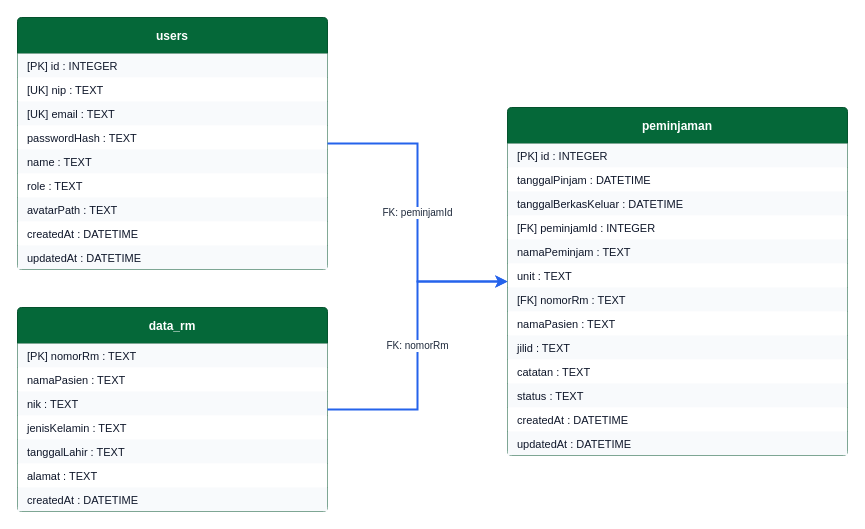
ghozahimma65/peminjaman-rm keeps this draw.io diagram as docs/dokumentasi-project/assets/diagram-final/ERD/detail/ERD_Peminjaman.drawio. Above is the earlier version. Source tidied: cells renumbered, new cells numbered last; positions are measured from the earlier drawing's top-left corner, leaving out a move shared by most shapes. Both pictures are drawn from the tidied source at 100%, with x=0, y=0 at pixel (17, 17).
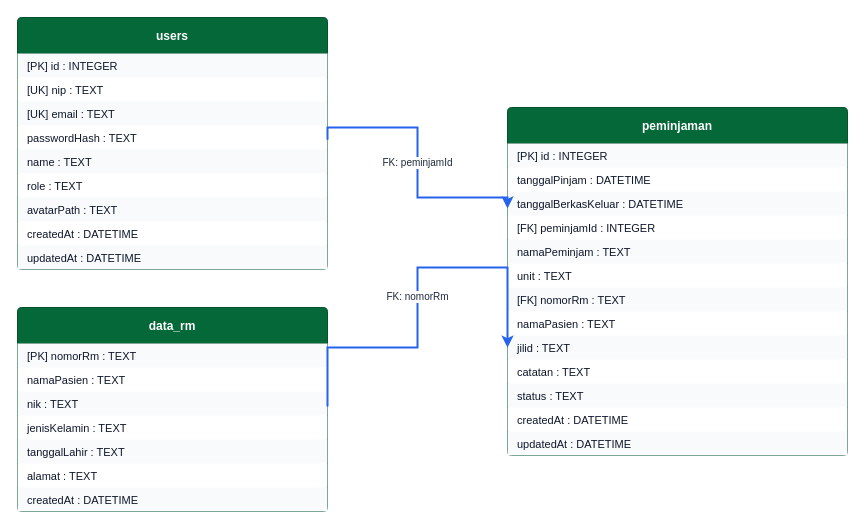
After the change.

The change refers to these unchanged cells:
```xml
<mxCell id="2" value="users" style="swimlane;fontStyle=1;horizontal=1;startSize=36;fillColor=#056839;fontColor=#ffffff;strokeColor=#04522d;rounded=1;arcSize=4;" parent="1" vertex="1">
  <mxGeometry width="310" height="252" as="geometry" />
</mxCell>
<mxCell id="12" value="data_rm" style="swimlane;fontStyle=1;horizontal=1;startSize=36;fillColor=#056839;fontColor=#ffffff;strokeColor=#04522d;rounded=1;arcSize=4;" parent="1" vertex="1">
  <mxGeometry y="290" width="310" height="204" as="geometry" />
</mxCell>
<mxCell id="20" value="peminjaman" style="swimlane;fontStyle=1;horizontal=1;startSize=36;fillColor=#056839;fontColor=#ffffff;strokeColor=#04522d;rounded=1;arcSize=4;" parent="1" vertex="1">
  <mxGeometry x="490" y="90" width="340" height="348" as="geometry" />
</mxCell>
```

Change to the diagram source:
```diff
@@
-    <mxCell id="34" value="FK: peminjamId" style="edgeStyle=orthogonalEdgeStyle;rounded=0;jettySize=auto;html=1;strokeColor=#2563eb;strokeWidth=2;fontSize=10;fontColor=#1e293b;" parent="1" edge="1" source="2" target="20">
-      <mxGeometry relative="1" as="geometry" />
+    <mxCell id="34" value="FK: peminjamId" style="edgeStyle=orthogonalEdgeStyle;rounded=0;jettySize=auto;html=1;exitX=1;exitY=0.485;exitDx=0;exitDy=0;entryX=0;entryY=0.29;entryDx=0;entryDy=0;strokeColor=#2563eb;strokeWidth=2;fontSize=10;fontColor=#1e293b;" parent="1" edge="1" source="2" target="20">
+      <mxGeometry relative="1" as="geometry">
+        <Array as="points">
+          <mxPoint x="400" y="110" />
+          <mxPoint x="400" y="180" />
+        </Array>
+      </mxGeometry>
     </mxCell>
-    <mxCell id="35" value="FK: nomorRm" style="edgeStyle=orthogonalEdgeStyle;rounded=0;jettySize=auto;html=1;strokeColor=#2563eb;strokeWidth=2;fontSize=10;fontColor=#1e293b;" parent="1" edge="1" source="12" target="20">
-      <mxGeometry relative="1" as="geometry" />
+    <mxCell id="35" value="FK: nomorRm" style="edgeStyle=orthogonalEdgeStyle;rounded=0;jettySize=auto;html=1;exitX=1;exitY=0.485;exitDx=0;exitDy=0;entryX=0;entryY=0.69;entryDx=0;entryDy=0;strokeColor=#2563eb;strokeWidth=2;fontSize=10;fontColor=#1e293b;" parent="1" edge="1" source="12" target="20">
+      <mxGeometry relative="1" as="geometry">
+        <Array as="points">
+          <mxPoint x="400" y="330" />
+          <mxPoint x="400" y="250" />
+        </Array>
+      </mxGeometry>
     </mxCell>
```
